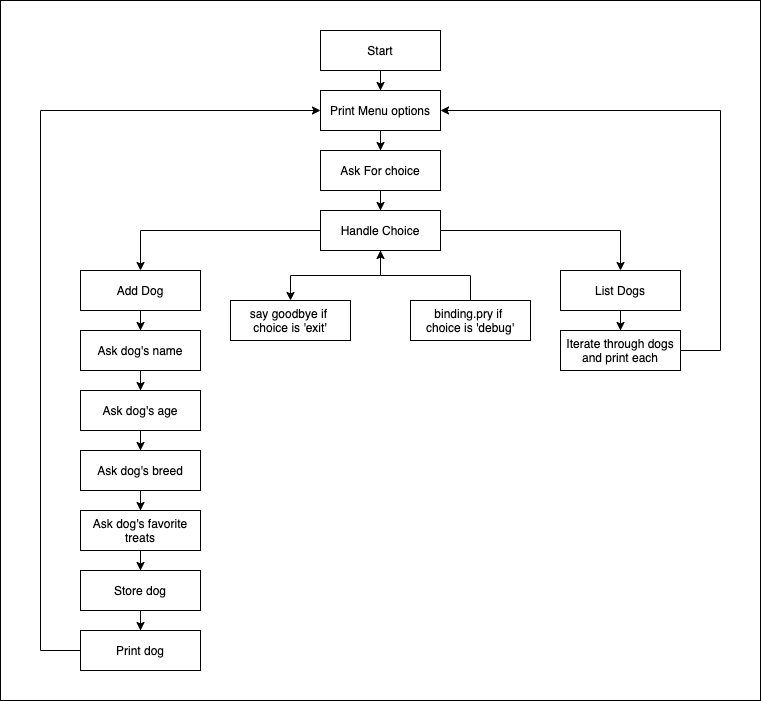
learn-co-students/SENG-LIVE-071921 keeps this draw.io diagram as phase-3/01_ruby_fundamentals/demo/program-flow.png. Above is the earlier version. Source tidied: cells renumbered, new cells last; positions are measured from the earlier drawing's top-left corner, leaving out a move shared by most shapes. Its diagram source:
```xml
<mxGraphModel>
  <root>
    <mxCell id="0" />
    <mxCell id="1" value="BG" parent="0" />
    <mxCell id="2" style="rounded=0;whiteSpace=wrap;html=1;" parent="1" vertex="1">
      <mxGeometry width="760" height="700" as="geometry" />
    </mxCell>
    <mxCell id="3" parent="0" />
    <mxCell id="4" style="edgeStyle=orthogonalEdgeStyle;rounded=0;jettySize=auto;html=1;" parent="3" edge="1" source="7" target="9">
      <mxGeometry relative="1" as="geometry" />
    </mxCell>
    <mxCell id="5" style="edgeStyle=orthogonalEdgeStyle;rounded=0;jettySize=auto;html=1;" parent="3" edge="1" source="7" target="11">
      <mxGeometry relative="1" as="geometry" />
    </mxCell>
    <mxCell id="6" style="edgeStyle=orthogonalEdgeStyle;rounded=0;jettySize=auto;html=1;" parent="3" edge="1" source="7" target="30">
      <mxGeometry relative="1" as="geometry" />
    </mxCell>
    <mxCell id="7" value="Handle Choice" style="rounded=0;whiteSpace=wrap;html=1;" parent="3" vertex="1">
      <mxGeometry x="320" y="210" width="120" height="40" as="geometry" />
    </mxCell>
    <mxCell id="8" style="edgeStyle=orthogonalEdgeStyle;rounded=0;jettySize=auto;html=1;" parent="3" edge="1" source="9" target="19">
      <mxGeometry relative="1" as="geometry" />
    </mxCell>
    <mxCell id="9" value="Add Dog" style="rounded=0;whiteSpace=wrap;html=1;" parent="3" vertex="1">
      <mxGeometry x="80" y="270" width="120" height="40" as="geometry" />
    </mxCell>
    <mxCell id="10" style="edgeStyle=orthogonalEdgeStyle;rounded=0;jettySize=auto;html=1;" parent="3" edge="1" source="11" target="32">
      <mxGeometry relative="1" as="geometry" />
    </mxCell>
    <mxCell id="11" value="List Dogs" style="rounded=0;whiteSpace=wrap;html=1;" parent="3" vertex="1">
      <mxGeometry x="560" y="270" width="120" height="40" as="geometry" />
    </mxCell>
    <mxCell id="12" style="edgeStyle=orthogonalEdgeStyle;rounded=0;jettySize=auto;html=1;" parent="3" edge="1" source="13" target="15">
      <mxGeometry relative="1" as="geometry" />
    </mxCell>
    <mxCell id="13" value="Start" style="rounded=0;whiteSpace=wrap;html=1;" parent="3" vertex="1">
      <mxGeometry x="320" y="30" width="120" height="40" as="geometry" />
    </mxCell>
    <mxCell id="14" style="edgeStyle=orthogonalEdgeStyle;rounded=0;jettySize=auto;html=1;" parent="3" edge="1" source="15" target="17">
      <mxGeometry relative="1" as="geometry" />
    </mxCell>
    <mxCell id="15" value="Print Menu options" style="rounded=0;whiteSpace=wrap;html=1;" parent="3" vertex="1">
      <mxGeometry x="320" y="90" width="120" height="40" as="geometry" />
    </mxCell>
    <mxCell id="16" style="edgeStyle=orthogonalEdgeStyle;rounded=0;jettySize=auto;html=1;" parent="3" edge="1" source="17" target="7">
      <mxGeometry relative="1" as="geometry" />
    </mxCell>
    <mxCell id="17" value="Ask For choice" style="rounded=0;whiteSpace=wrap;html=1;" parent="3" vertex="1">
      <mxGeometry x="320" y="150" width="120" height="40" as="geometry" />
    </mxCell>
    <mxCell id="18" style="edgeStyle=orthogonalEdgeStyle;rounded=0;jettySize=auto;html=1;" parent="3" edge="1" source="19" target="21">
      <mxGeometry relative="1" as="geometry" />
    </mxCell>
    <mxCell id="19" value="Ask dog's name" style="rounded=0;whiteSpace=wrap;html=1;" parent="3" vertex="1">
      <mxGeometry x="80" y="330" width="120" height="40" as="geometry" />
    </mxCell>
    <mxCell id="20" style="edgeStyle=orthogonalEdgeStyle;rounded=0;jettySize=auto;html=1;" parent="3" edge="1" source="21" target="23">
      <mxGeometry relative="1" as="geometry" />
    </mxCell>
    <mxCell id="21" value="Ask dog's age" style="rounded=0;whiteSpace=wrap;html=1;" parent="3" vertex="1">
      <mxGeometry x="80" y="390" width="120" height="40" as="geometry" />
    </mxCell>
    <mxCell id="22" style="edgeStyle=orthogonalEdgeStyle;rounded=0;jettySize=auto;html=1;" parent="3" edge="1" source="23" target="25">
      <mxGeometry relative="1" as="geometry" />
    </mxCell>
    <mxCell id="23" value="Ask dog's breed" style="rounded=0;whiteSpace=wrap;html=1;" parent="3" vertex="1">
      <mxGeometry x="80" y="450" width="120" height="40" as="geometry" />
    </mxCell>
    <mxCell id="24" style="edgeStyle=orthogonalEdgeStyle;rounded=0;jettySize=auto;html=1;" parent="3" edge="1" source="25" target="27">
      <mxGeometry relative="1" as="geometry" />
    </mxCell>
    <mxCell id="25" value="Ask dog's favorite treats" style="rounded=0;whiteSpace=wrap;html=1;" parent="3" vertex="1">
      <mxGeometry x="80" y="510" width="120" height="40" as="geometry" />
    </mxCell>
    <mxCell id="26" style="edgeStyle=orthogonalEdgeStyle;rounded=0;jettySize=auto;html=1;" parent="3" edge="1" source="27" target="29">
      <mxGeometry relative="1" as="geometry" />
    </mxCell>
    <mxCell id="27" value="Store dog" style="rounded=0;whiteSpace=wrap;html=1;" parent="3" vertex="1">
      <mxGeometry x="80" y="570" width="120" height="40" as="geometry" />
    </mxCell>
    <mxCell id="28" style="edgeStyle=orthogonalEdgeStyle;rounded=0;jettySize=auto;html=1;entryX=0;entryY=0.5;entryDx=0;entryDy=0;" parent="3" edge="1" source="29" target="15">
      <mxGeometry relative="1" as="geometry">
        <Array as="points">
          <mxPoint x="40" y="650" />
          <mxPoint x="40" y="110" />
        </Array>
      </mxGeometry>
    </mxCell>
    <mxCell id="29" value="Print dog" style="rounded=0;whiteSpace=wrap;html=1;" parent="3" vertex="1">
      <mxGeometry x="80" y="630" width="120" height="40" as="geometry" />
    </mxCell>
    <mxCell id="30" value="say goodbye if &lt;br&gt;choice is 'exit'" style="rounded=0;whiteSpace=wrap;html=1;" parent="3" vertex="1">
      <mxGeometry x="230" y="300" width="120" height="40" as="geometry" />
    </mxCell>
    <mxCell id="31" style="edgeStyle=orthogonalEdgeStyle;rounded=0;jettySize=auto;html=1;entryX=1;entryY=0.5;entryDx=0;entryDy=0;" parent="3" edge="1" source="32" target="15">
      <mxGeometry relative="1" as="geometry">
        <Array as="points">
          <mxPoint x="720" y="350" />
          <mxPoint x="720" y="110" />
        </Array>
      </mxGeometry>
    </mxCell>
    <mxCell id="32" value="Iterate through dogs and print each" style="rounded=0;whiteSpace=wrap;html=1;" parent="3" vertex="1">
      <mxGeometry x="560" y="330" width="120" height="40" as="geometry" />
    </mxCell>
    <mxCell id="33" style="edgeStyle=orthogonalEdgeStyle;rounded=0;jettySize=auto;html=1;" parent="3" edge="1" source="34" target="7">
      <mxGeometry relative="1" as="geometry" />
    </mxCell>
    <mxCell id="34" value="binding.pry if &lt;br&gt;choice is 'debug'" style="rounded=0;whiteSpace=wrap;html=1;" parent="3" vertex="1">
      <mxGeometry x="410" y="300" width="120" height="40" as="geometry" />
    </mxCell>
  </root>
</mxGraphModel>
```
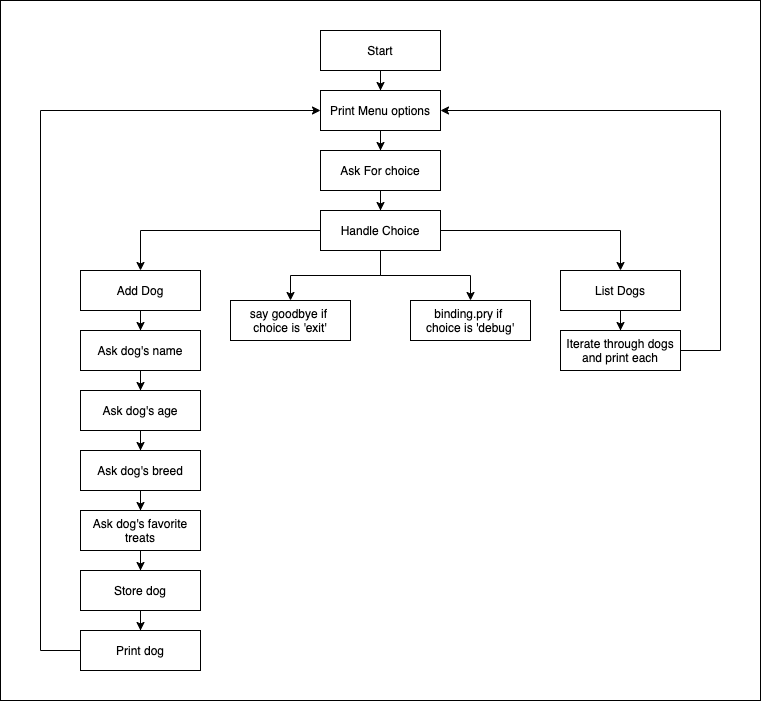
The same file after the commit.

Commit message:
change arrow direction in diagram

What changed in the source:
```diff
@@ -103,7 +103,7 @@
     <mxCell id="32" value="Iterate through dogs and print each" style="rounded=0;whiteSpace=wrap;html=1;" parent="3" vertex="1">
       <mxGeometry x="560" y="330" width="120" height="40" as="geometry" />
     </mxCell>
-    <mxCell id="33" style="edgeStyle=orthogonalEdgeStyle;rounded=0;jettySize=auto;html=1;" parent="3" edge="1" source="34" target="7">
+    <mxCell id="33" style="edgeStyle=orthogonalEdgeStyle;rounded=0;jettySize=auto;html=1;" parent="3" edge="1" source="7" target="34">
       <mxGeometry relative="1" as="geometry" />
     </mxCell>
     <mxCell id="34" value="binding.pry if &lt;br&gt;choice is 'debug'" style="rounded=0;whiteSpace=wrap;html=1;" parent="3" vertex="1">
```
